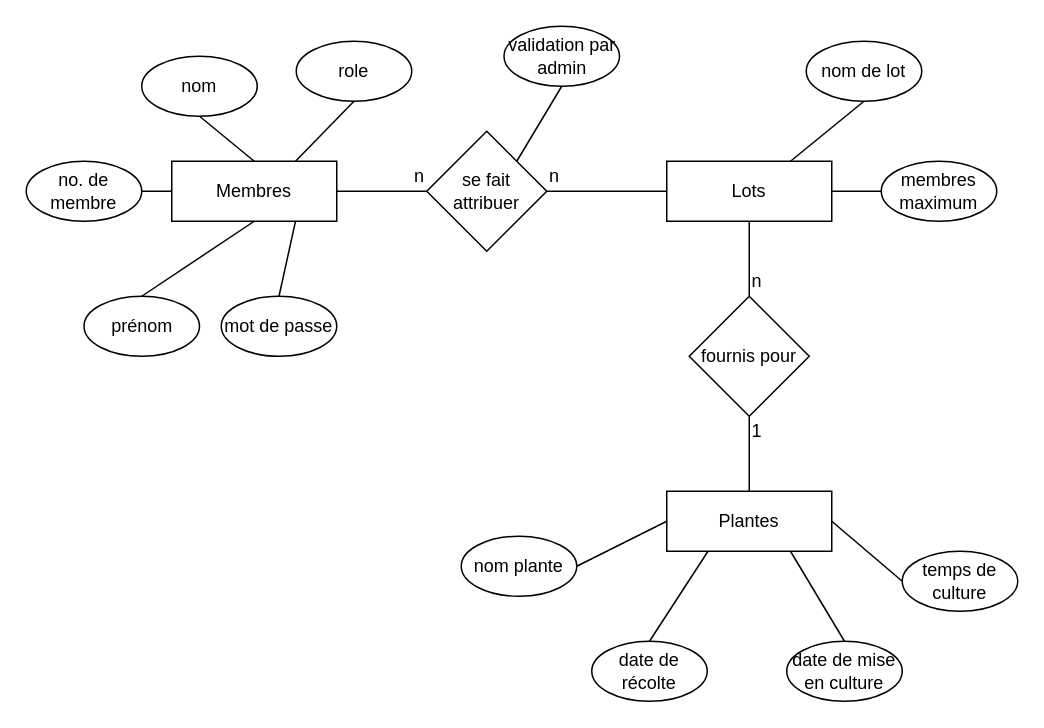
The draw.io diagram Diagrammes/entité-relation.drawio in mintchilli/ift287_tp2, before the edit. Source tidied: cells renumbered, new cells numbered last; positions are measured from the earlier drawing's top-left corner, leaving out a move shared by most shapes. Both pictures are drawn from the tidied source at 150%, with x=0, y=0 at pixel (26, 26).
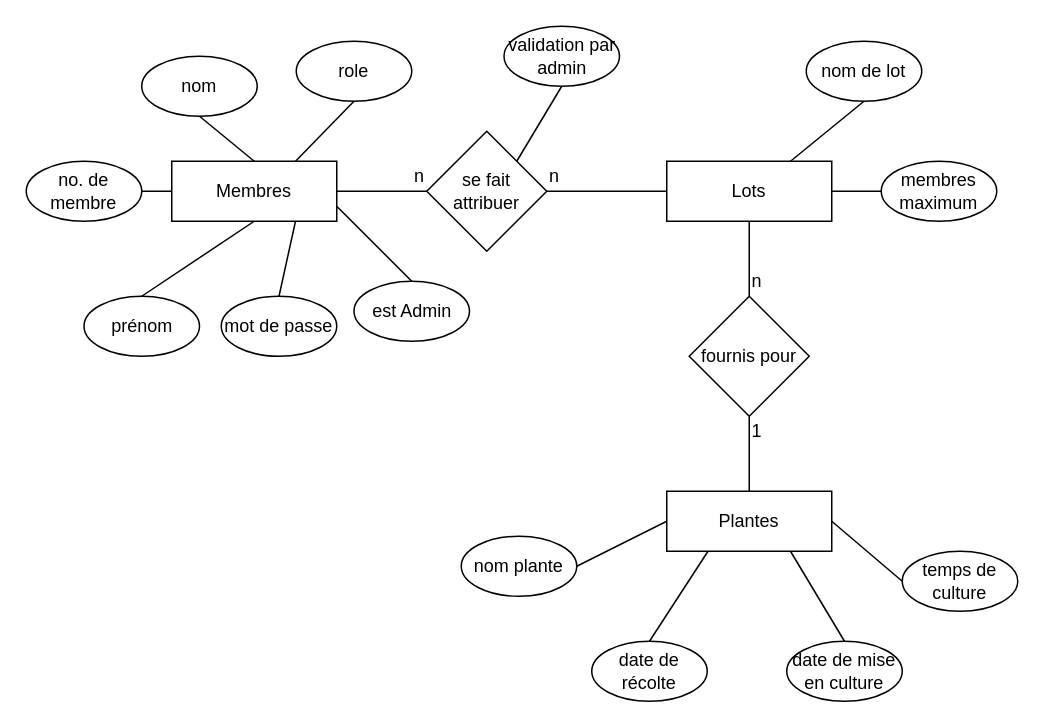
The same page after the edit.

The change refers to these unchanged cells:
```xml
<mxCell id="2" value="Membres" style="rounded=0;whiteSpace=wrap;html=1;" parent="1" vertex="1">
  <mxGeometry x="97" y="90" width="110" height="40" as="geometry" />
</mxCell>
```

What changed in the source:
```diff
@@
+    <mxCell id="39" value="est Admin" style="ellipse;whiteSpace=wrap;html=1;" parent="1" vertex="1">
+      <mxGeometry x="218.5" y="170" width="77" height="40" as="geometry" />
+    </mxCell>
+    <mxCell id="40" style="endArrow=none;html=1;entryX=0.5;entryY=0;entryDx=0;entryDy=0;exitX=1;exitY=0.75;exitDx=0;exitDy=0;" parent="1" edge="1" source="2" target="39">
+      <mxGeometry relative="1" as="geometry" />
+    </mxCell>
```
